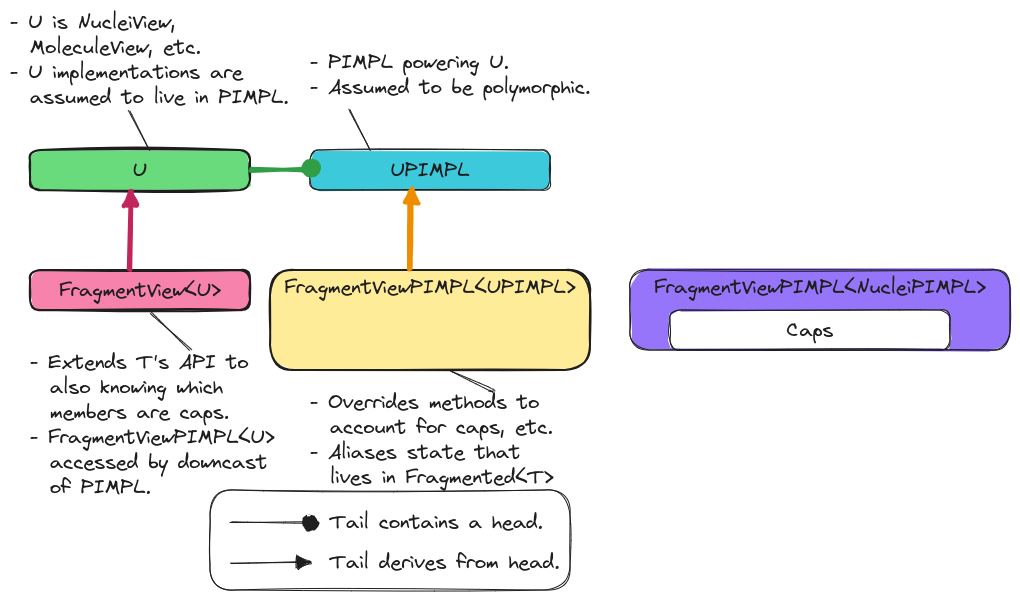
This is docs/source/developer/design/chemistry/fragmenting/assets/fragmented_view.png from NWChemEx/Chemist, a Excalidraw export, as it was before one commit. Source tidied: one line per element, renumbered; positions are measured from the earlier drawing's top-left corner, leaving out a move shared by most shapes. The source it was exported from:
```json
{"id": 0, "type": "rectangle", "strokeColor": "#1e1e1e", "backgroundColor": "#9775fa", "fillStyle": "solid", "strokeWidth": 1, "roughness": 1, "round": true, "x": 620, "y": 260, "width": 380, "height": 80}
{"id": 1, "type": "text", "text": "FragmentViewPIMPL<NucleiPIMPL>", "strokeColor": "#1e1e1e", "backgroundColor": "#9775fa", "fillStyle": "solid", "strokeWidth": 1, "roughness": 1, "fontSize": 20, "fontFamily": 1, "textAlign": "center", "inside": 0, "x": 644, "y": 265, "width": 331, "height": 25}
{"id": 2, "type": "rectangle", "strokeColor": "#1e1e1e", "backgroundColor": "#f783ac", "fillStyle": "solid", "strokeWidth": 2, "roughness": 1, "round": true, "x": 20, "y": 260, "width": 220, "height": 40}
{"id": 3, "type": "text", "text": "FragmentView<U>", "strokeColor": "#1e1e1e", "strokeWidth": 1, "roughness": 1, "fontSize": 20, "fontFamily": 1, "textAlign": "center", "verticalAlign": "middle", "inside": 2, "x": 49, "y": 268, "width": 162, "height": 25}
{"id": 4, "type": "rectangle", "strokeColor": "#1e1e1e", "backgroundColor": "#69db7c", "fillStyle": "solid", "strokeWidth": 2, "roughness": 1, "round": true, "x": 20, "y": 140, "width": 220, "height": 40}
{"id": 5, "type": "text", "text": "U", "strokeColor": "#1e1e1e", "strokeWidth": 1, "roughness": 1, "fontSize": 20, "fontFamily": 1, "textAlign": "center", "verticalAlign": "middle", "inside": 4, "x": 123, "y": 148, "width": 14, "height": 25}
{"id": 6, "type": "rectangle", "strokeColor": "#1e1e1e", "backgroundColor": "#3bc9db", "fillStyle": "solid", "strokeWidth": 1, "roughness": 1, "round": true, "x": 300, "y": 140, "width": 240, "height": 40}
{"id": 7, "type": "text", "text": "UPIMPL", "strokeColor": "#1e1e1e", "strokeWidth": 1, "roughness": 1, "fontSize": 20, "fontFamily": 1, "textAlign": "center", "verticalAlign": "middle", "inside": 6, "x": 381, "y": 148, "width": 79, "height": 25}
{"id": 8, "type": "rectangle", "strokeColor": "#1e1e1e", "backgroundColor": "#ffec99", "fillStyle": "solid", "strokeWidth": 2, "roughness": 1, "round": true, "x": 260, "y": 260, "width": 320, "height": 100}
{"id": 9, "type": "text", "text": "FragmentViewPIMPL<UPIMPL>", "strokeColor": "#1e1e1e", "strokeWidth": 1, "roughness": 1, "fontSize": 20, "fontFamily": 1, "textAlign": "center", "inside": 8, "x": 275, "y": 265, "width": 291, "height": 25}
{"id": 10, "type": "text", "text": "- U is NucleiView,\n  MoleculeView, etc.\n- U implementations are\n  assumed to live in PIMPL.", "strokeColor": "#1e1e1e", "strokeWidth": 1, "roughness": 1, "fontSize": 20, "fontFamily": 1, "x": 0, "y": 0, "width": 279, "height": 100}
{"id": 11, "type": "text", "text": "- Extends T's API to\n  also knowing which\n  members are caps.\n- FragmentViewPIMPL<U>\n  accessed by downcast\n  of PIMPL.", "strokeColor": "#1e1e1e", "strokeWidth": 1, "roughness": 1, "fontSize": 20, "fontFamily": 1, "x": 20, "y": 340, "width": 244, "height": 150}
{"id": 12, "type": "line", "strokeColor": "#1e1e1e", "strokeWidth": 1, "roughness": 1, "round": true, "x": 120, "y": 100, "width": 20, "height": 40, "points": [[0, 0], [20, 40]]}
{"id": 13, "type": "line", "strokeColor": "#1e1e1e", "strokeWidth": 1, "roughness": 1, "round": true, "x": 180, "y": 340, "width": 39, "height": 38, "points": [[0, 0], [-39, -38]]}
{"id": 14, "type": "arrow", "strokeColor": "#c2255c", "strokeWidth": 4, "roughness": 1, "endArrowhead": "triangle", "round": true, "from": 2, "to": 4, "x": 120, "y": 260, "width": 0, "height": 78, "points": [[0, 0], [0, -78]]}
{"id": 15, "type": "arrow", "strokeColor": "#2f9e44", "strokeWidth": 4, "roughness": 1, "endArrowhead": "dot", "round": true, "from": 4, "to": 6, "x": 240, "y": 160, "width": 60, "height": 0, "points": [[0, 0], [60, 0]]}
{"id": 16, "type": "text", "text": "- PIMPL powering U.\n- Assumed to be polymorphic.", "strokeColor": "#1e1e1e", "strokeWidth": 1, "roughness": 1, "fontSize": 20, "fontFamily": 1, "x": 300, "y": 40, "width": 280, "height": 50}
{"id": 17, "type": "arrow", "strokeColor": "#f08c00", "strokeWidth": 4, "roughness": 1, "endArrowhead": "triangle", "round": true, "from": 8, "to": 6, "x": 400, "y": 259, "width": 0, "height": 78, "points": [[0, 0], [0, -78]]}
{"id": 18, "type": "text", "text": "- Overrides methods to\n  account for caps, etc.\n- Aliases state that\n  lives in Fragmented<T>\n", "strokeColor": "#1e1e1e", "strokeWidth": 1, "roughness": 1, "fontSize": 20, "fontFamily": 1, "x": 300, "y": 380, "width": 243, "height": 125}
{"id": 19, "type": "line", "strokeColor": "#1e1e1e", "strokeWidth": 1, "roughness": 1, "round": true, "x": 340, "y": 100, "width": 20, "height": 40, "points": [[0, 0], [20, 40]]}
{"id": 20, "type": "line", "strokeColor": "#1e1e1e", "strokeWidth": 1, "roughness": 1, "round": true, "x": 440, "y": 360, "width": 40, "height": 20, "points": [[0, 0], [40, 20], [40, 20]]}
{"id": 21, "type": "arrow", "strokeColor": "#1e1e1e", "backgroundColor": "#ffec99", "fillStyle": "solid", "strokeWidth": 1, "roughness": 1, "endArrowhead": "dot", "round": true, "from": 11, "to": 18, "x": 220, "y": 512, "width": 80, "height": 0, "points": [[0, 0], [80, 0]]}
{"id": 22, "type": "text", "text": "Tail contains a head.", "strokeColor": "#1e1e1e", "backgroundColor": "#ffec99", "fillStyle": "solid", "strokeWidth": 1, "roughness": 1, "fontSize": 20, "fontFamily": 1, "x": 320, "y": 500, "width": 213, "height": 25}
{"id": 23, "type": "arrow", "strokeColor": "#1e1e1e", "backgroundColor": "#ffec99", "fillStyle": "solid", "strokeWidth": 1, "roughness": 1, "endArrowhead": "triangle", "round": true, "x": 220, "y": 552, "width": 80, "height": 0, "points": [[0, 0], [80, 0]]}
{"id": 24, "type": "text", "text": "Tail derives from head.", "strokeColor": "#1e1e1e", "backgroundColor": "#ffec99", "fillStyle": "solid", "strokeWidth": 1, "roughness": 1, "fontSize": 20, "fontFamily": 1, "x": 320, "y": 540, "width": 230, "height": 25}
{"id": 25, "type": "rectangle", "strokeColor": "#1e1e1e", "strokeWidth": 1, "roughness": 1, "round": true, "x": 200, "y": 480, "width": 360, "height": 100}
{"id": 26, "type": "rectangle", "strokeColor": "#1e1e1e", "backgroundColor": "#ffffff", "fillStyle": "solid", "strokeWidth": 1, "roughness": 1, "round": true, "x": 660, "y": 300, "width": 280, "height": 40}
{"id": 27, "type": "text", "text": "Caps", "strokeColor": "#1e1e1e", "strokeWidth": 1, "roughness": 1, "fontSize": 20, "fontFamily": 1, "textAlign": "center", "verticalAlign": "middle", "inside": 26, "x": 777, "y": 308, "width": 47, "height": 25}
```
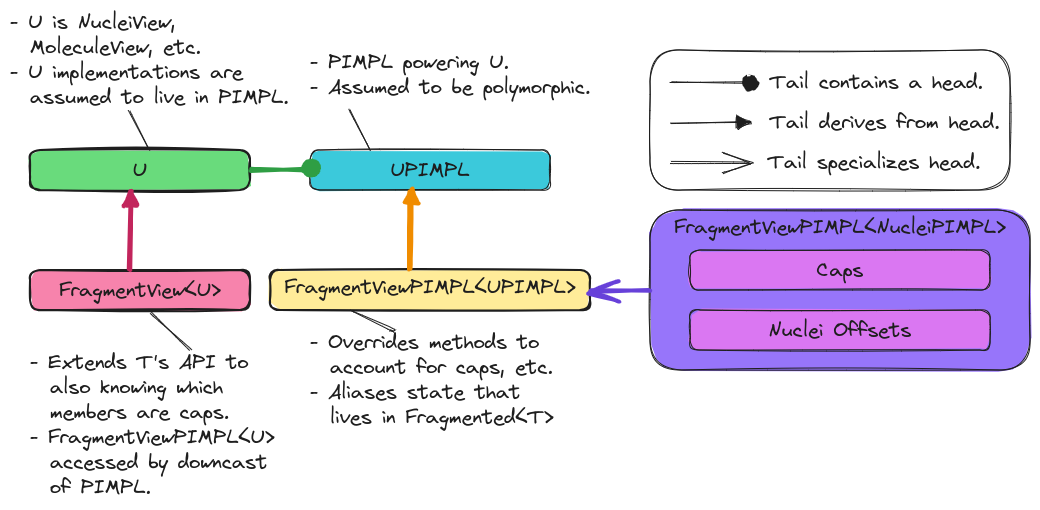
Later version of the same file.

Commit message:
fragment_view done [skip ci]

What changed in the source:
```diff
@@ -1,12 +1,12 @@
-{"id": 0, "type": "rectangle", "strokeColor": "#1e1e1e", "backgroundColor": "#9775fa", "fillStyle": "solid", "strokeWidth": 1, "roughness": 1, "round": true, "x": 620, "y": 260, "width": 380, "height": 80}
+{"id": 0, "type": "rectangle", "strokeColor": "#1e1e1e", "backgroundColor": "#9775fa", "fillStyle": "solid", "strokeWidth": 1, "roughness": 1, "round": true, "x": 640, "y": 200, "width": 380, "height": 160}
-{"id": 1, "type": "text", "text": "FragmentViewPIMPL<NucleiPIMPL>", "strokeColor": "#1e1e1e", "backgroundColor": "#9775fa", "fillStyle": "solid", "strokeWidth": 1, "roughness": 1, "fontSize": 20, "fontFamily": 1, "textAlign": "center", "inside": 0, "x": 644, "y": 265, "width": 331, "height": 25}
+{"id": 1, "type": "text", "text": "FragmentViewPIMPL<NucleiPIMPL>", "strokeColor": "#1e1e1e", "backgroundColor": "#9775fa", "fillStyle": "solid", "strokeWidth": 1, "roughness": 1, "fontSize": 20, "fontFamily": 1, "textAlign": "center", "inside": 0, "x": 664, "y": 205, "width": 331, "height": 25}
 {"id": 2, "type": "rectangle", "strokeColor": "#1e1e1e", "backgroundColor": "#f783ac", "fillStyle": "solid", "strokeWidth": 2, "roughness": 1, "round": true, "x": 20, "y": 260, "width": 220, "height": 40}
 {"id": 3, "type": "text", "text": "FragmentView<U>", "strokeColor": "#1e1e1e", "strokeWidth": 1, "roughness": 1, "fontSize": 20, "fontFamily": 1, "textAlign": "center", "verticalAlign": "middle", "inside": 2, "x": 49, "y": 268, "width": 162, "height": 25}
 {"id": 4, "type": "rectangle", "strokeColor": "#1e1e1e", "backgroundColor": "#69db7c", "fillStyle": "solid", "strokeWidth": 2, "roughness": 1, "round": true, "x": 20, "y": 140, "width": 220, "height": 40}
 {"id": 5, "type": "text", "text": "U", "strokeColor": "#1e1e1e", "strokeWidth": 1, "roughness": 1, "fontSize": 20, "fontFamily": 1, "textAlign": "center", "verticalAlign": "middle", "inside": 4, "x": 123, "y": 148, "width": 14, "height": 25}
 {"id": 6, "type": "rectangle", "strokeColor": "#1e1e1e", "backgroundColor": "#3bc9db", "fillStyle": "solid", "strokeWidth": 1, "roughness": 1, "round": true, "x": 300, "y": 140, "width": 240, "height": 40}
 {"id": 7, "type": "text", "text": "UPIMPL", "strokeColor": "#1e1e1e", "strokeWidth": 1, "roughness": 1, "fontSize": 20, "fontFamily": 1, "textAlign": "center", "verticalAlign": "middle", "inside": 6, "x": 381, "y": 148, "width": 79, "height": 25}
-{"id": 8, "type": "rectangle", "strokeColor": "#1e1e1e", "backgroundColor": "#ffec99", "fillStyle": "solid", "strokeWidth": 2, "roughness": 1, "round": true, "x": 260, "y": 260, "width": 320, "height": 100}
+{"id": 8, "type": "rectangle", "strokeColor": "#1e1e1e", "backgroundColor": "#ffec99", "fillStyle": "solid", "strokeWidth": 2, "roughness": 1, "round": true, "x": 260, "y": 260, "width": 320, "height": 40}
 {"id": 9, "type": "text", "text": "FragmentViewPIMPL<UPIMPL>", "strokeColor": "#1e1e1e", "strokeWidth": 1, "roughness": 1, "fontSize": 20, "fontFamily": 1, "textAlign": "center", "inside": 8, "x": 275, "y": 265, "width": 291, "height": 25}
 {"id": 10, "type": "text", "text": "- U is NucleiView,\n  MoleculeView, etc.\n- U implementations are\n  assumed to live in PIMPL.", "strokeColor": "#1e1e1e", "strokeWidth": 1, "roughness": 1, "fontSize": 20, "fontFamily": 1, "x": 0, "y": 0, "width": 279, "height": 100}
 {"id": 11, "type": "text", "text": "- Extends T's API to\n  also knowing which\n  members are caps.\n- FragmentViewPIMPL<U>\n  accessed by downcast\n  of PIMPL.", "strokeColor": "#1e1e1e", "strokeWidth": 1, "roughness": 1, "fontSize": 20, "fontFamily": 1, "x": 20, "y": 340, "width": 244, "height": 150}
@@ -16,13 +16,18 @@
 {"id": 15, "type": "arrow", "strokeColor": "#2f9e44", "strokeWidth": 4, "roughness": 1, "endArrowhead": "dot", "round": true, "from": 4, "to": 6, "x": 240, "y": 160, "width": 60, "height": 0, "points": [[0, 0], [60, 0]]}
 {"id": 16, "type": "text", "text": "- PIMPL powering U.\n- Assumed to be polymorphic.", "strokeColor": "#1e1e1e", "strokeWidth": 1, "roughness": 1, "fontSize": 20, "fontFamily": 1, "x": 300, "y": 40, "width": 280, "height": 50}
 {"id": 17, "type": "arrow", "strokeColor": "#f08c00", "strokeWidth": 4, "roughness": 1, "endArrowhead": "triangle", "round": true, "from": 8, "to": 6, "x": 400, "y": 259, "width": 0, "height": 78, "points": [[0, 0], [0, -78]]}
-{"id": 18, "type": "text", "text": "- Overrides methods to\n  account for caps, etc.\n- Aliases state that\n  lives in Fragmented<T>\n", "strokeColor": "#1e1e1e", "strokeWidth": 1, "roughness": 1, "fontSize": 20, "fontFamily": 1, "x": 300, "y": 380, "width": 243, "height": 125}
+{"id": 18, "type": "text", "text": "- Overrides methods to\n  account for caps, etc.\n- Aliases state that\n  lives in Fragmented<T>\n", "strokeColor": "#1e1e1e", "strokeWidth": 1, "roughness": 1, "fontSize": 20, "fontFamily": 1, "x": 300, "y": 320, "width": 243, "height": 125}
 {"id": 19, "type": "line", "strokeColor": "#1e1e1e", "strokeWidth": 1, "roughness": 1, "round": true, "x": 340, "y": 100, "width": 20, "height": 40, "points": [[0, 0], [20, 40]]}
-{"id": 20, "type": "line", "strokeColor": "#1e1e1e", "strokeWidth": 1, "roughness": 1, "round": true, "x": 440, "y": 360, "width": 40, "height": 20, "points": [[0, 0], [40, 20], [40, 20]]}
+{"id": 20, "type": "line", "strokeColor": "#1e1e1e", "strokeWidth": 1, "roughness": 1, "round": true, "x": 341, "y": 300, "width": 40, "height": 20, "points": [[0, 0], [40, 20], [40, 20]]}
+{"id": 26, "type": "rectangle", "strokeColor": "#1e1e1e", "backgroundColor": "#da77f2", "fillStyle": "solid", "strokeWidth": 1, "roughness": 1, "round": true, "x": 680, "y": 240, "width": 300, "height": 40}
+{"id": 27, "type": "text", "text": "Caps", "strokeColor": "#1e1e1e", "strokeWidth": 1, "roughness": 1, "fontSize": 20, "fontFamily": 1, "textAlign": "center", "verticalAlign": "middle", "inside": 26, "x": 807, "y": 248, "width": 47, "height": 25}
+{"id": 28, "type": "arrow", "strokeColor": "#6741d9", "strokeWidth": 4, "roughness": 1, "endArrowhead": "arrow", "round": true, "to": 8, "x": 641, "y": 280, "width": 60, "height": 0, "points": [[0, 0], [-60, 0]]}
-{"id": 21, "type": "arrow", "strokeColor": "#1e1e1e", "backgroundColor": "#ffec99", "fillStyle": "solid", "strokeWidth": 1, "roughness": 1, "endArrowhead": "dot", "round": true, "from": 11, "to": 18, "x": 220, "y": 512, "width": 80, "height": 0, "points": [[0, 0], [80, 0]]}
+{"id": 21, "type": "arrow", "strokeColor": "#1e1e1e", "backgroundColor": "#ffec99", "fillStyle": "solid", "strokeWidth": 1, "roughness": 1, "endArrowhead": "dot", "round": true, "x": 660, "y": 72, "width": 80, "height": 0, "points": [[0, 0], [80, 0]]}
-{"id": 22, "type": "text", "text": "Tail contains a head.", "strokeColor": "#1e1e1e", "backgroundColor": "#ffec99", "fillStyle": "solid", "strokeWidth": 1, "roughness": 1, "fontSize": 20, "fontFamily": 1, "x": 320, "y": 500, "width": 213, "height": 25}
+{"id": 22, "type": "text", "text": "Tail contains a head.", "strokeColor": "#1e1e1e", "backgroundColor": "#ffec99", "fillStyle": "solid", "strokeWidth": 1, "roughness": 1, "fontSize": 20, "fontFamily": 1, "x": 760, "y": 60, "width": 213, "height": 25}
-{"id": 23, "type": "arrow", "strokeColor": "#1e1e1e", "backgroundColor": "#ffec99", "fillStyle": "solid", "strokeWidth": 1, "roughness": 1, "endArrowhead": "triangle", "round": true, "x": 220, "y": 552, "width": 80, "height": 0, "points": [[0, 0], [80, 0]]}
+{"id": 23, "type": "arrow", "strokeColor": "#1e1e1e", "backgroundColor": "#ffec99", "fillStyle": "solid", "strokeWidth": 1, "roughness": 1, "endArrowhead": "triangle", "round": true, "x": 660, "y": 112, "width": 80, "height": 0, "points": [[0, 0], [80, 0]]}
-{"id": 24, "type": "text", "text": "Tail derives from head.", "strokeColor": "#1e1e1e", "backgroundColor": "#ffec99", "fillStyle": "solid", "strokeWidth": 1, "roughness": 1, "fontSize": 20, "fontFamily": 1, "x": 320, "y": 540, "width": 230, "height": 25}
+{"id": 24, "type": "text", "text": "Tail derives from head.", "strokeColor": "#1e1e1e", "backgroundColor": "#ffec99", "fillStyle": "solid", "strokeWidth": 1, "roughness": 1, "fontSize": 20, "fontFamily": 1, "x": 760, "y": 100, "width": 230, "height": 25}
-{"id": 25, "type": "rectangle", "strokeColor": "#1e1e1e", "strokeWidth": 1, "roughness": 1, "round": true, "x": 200, "y": 480, "width": 360, "height": 100}
+{"id": 25, "type": "rectangle", "strokeColor": "#1e1e1e", "strokeWidth": 1, "roughness": 1, "round": true, "x": 640, "y": 40, "width": 360, "height": 140}
-{"id": 26, "type": "rectangle", "strokeColor": "#1e1e1e", "backgroundColor": "#ffffff", "fillStyle": "solid", "strokeWidth": 1, "roughness": 1, "round": true, "x": 660, "y": 300, "width": 280, "height": 40}
-{"id": 27, "type": "text", "text": "Caps", "strokeColor": "#1e1e1e", "strokeWidth": 1, "roughness": 1, "fontSize": 20, "fontFamily": 1, "textAlign": "center", "verticalAlign": "middle", "inside": 26, "x": 777, "y": 308, "width": 47, "height": 25}
+{"id": 29, "type": "arrow", "strokeColor": "#1e1e1e", "strokeWidth": 1, "roughness": 1, "endArrowhead": "arrow", "round": true, "x": 660, "y": 152, "width": 80, "height": 0, "points": [[0, 0], [80, 0]]}
+{"id": 30, "type": "text", "text": "Tail specializes head.", "strokeColor": "#1e1e1e", "strokeWidth": 4, "roughness": 1, "fontSize": 20, "fontFamily": 1, "x": 758, "y": 140, "width": 212, "height": 25}
+{"id": 31, "type": "rectangle", "strokeColor": "#1e1e1e", "backgroundColor": "#da77f2", "fillStyle": "solid", "strokeWidth": 1, "roughness": 1, "round": true, "x": 680, "y": 300, "width": 300, "height": 40}
+{"id": 32, "type": "text", "text": "Nuclei Offsets", "strokeColor": "#1e1e1e", "backgroundColor": "#da77f2", "fillStyle": "hachure", "strokeWidth": 1, "roughness": 1, "fontSize": 20, "fontFamily": 1, "textAlign": "center", "verticalAlign": "middle", "inside": 31, "x": 759, "y": 308, "width": 143, "height": 25}
```
